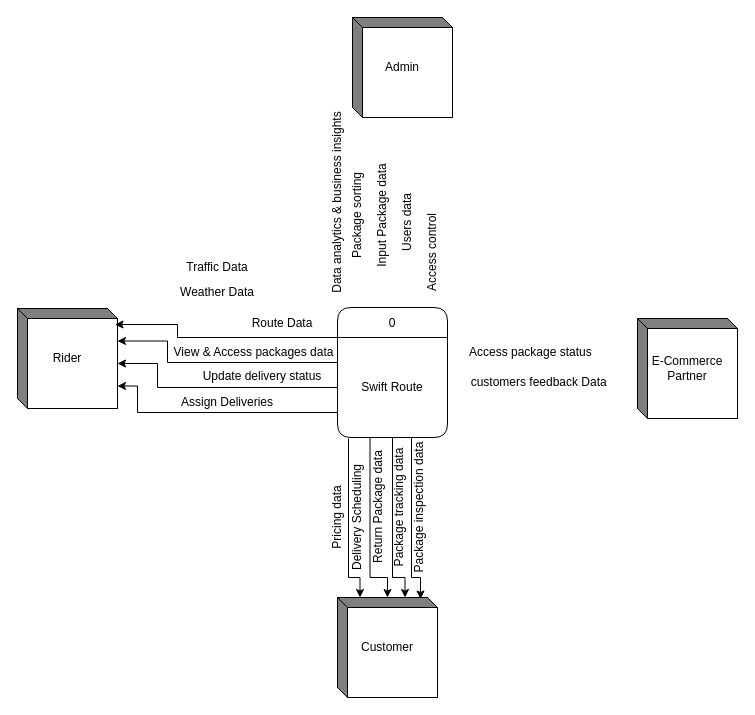
This is page "Page-17" (17 of 24) of Activity Diagram UC-1.drawio from IamSaqibJaved/Diagrams, a draw.io file, before an edit. Source tidied: cells renumbered, new cells numbered last; positions are measured from the earlier drawing's top-left corner, leaving out a move shared by most shapes. Both pictures are drawn from the tidied source at 100%, with x=0, y=0 at pixel (17, 17).
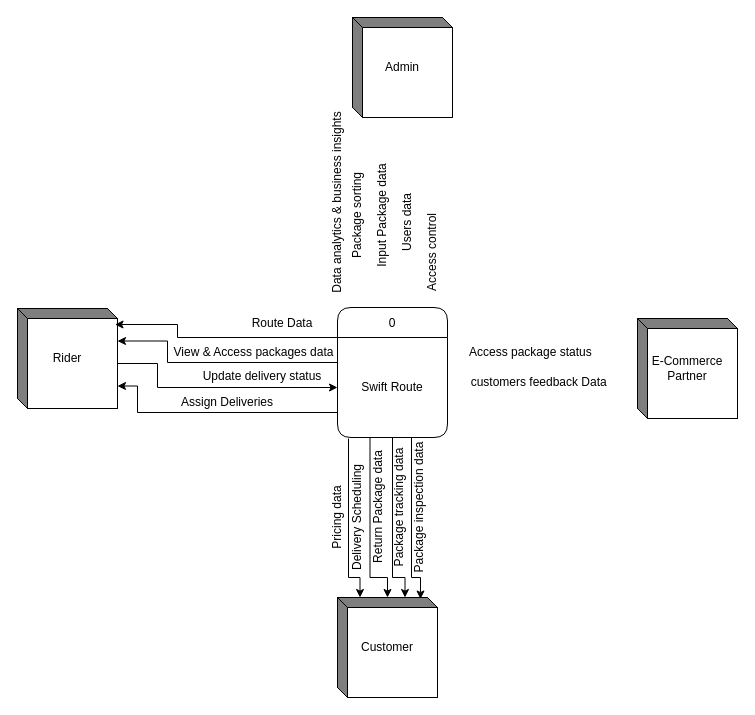
The same diagram, later.

Unchanged cells that the change refers to:
```xml
<mxCell id="3" value="Swift Route" style="text;html=1;align=center;verticalAlign=middle;whiteSpace=wrap;rounded=0;" parent="2" vertex="1">
  <mxGeometry y="30" width="110" height="100" as="geometry" />
</mxCell>
<mxCell id="5" value="Rider" style="html=1;dashed=0;whiteSpace=wrap;shape=mxgraph.dfd.externalEntity;" parent="1" vertex="1">
  <mxGeometry y="291" width="100" height="100" as="geometry" />
</mxCell>
```

The edit, as a diff of the source:
```diff
@@
-    <mxCell id="24" value="Traffic Data" style="text;html=1;align=center;verticalAlign=middle;whiteSpace=wrap;rounded=0;" parent="1" vertex="1">
-      <mxGeometry x="145" y="235" width="110" height="30" as="geometry" />
-    </mxCell>
-    <mxCell id="25" value="Weather Data" style="text;html=1;align=center;verticalAlign=middle;whiteSpace=wrap;rounded=0;" parent="1" vertex="1">
-      <mxGeometry x="145" y="260" width="110" height="30" as="geometry" />
-    </mxCell>
@@
-    <mxCell id="28" style="edgeStyle=orthogonalEdgeStyle;rounded=0;jettySize=auto;html=1;exitX=0;exitY=0.5;exitDx=0;exitDy=0;entryX=0;entryY=0;entryDx=100;entryDy=55;entryPerimeter=0;" parent="1" edge="1" source="3" target="5">
-      <mxGeometry relative="1" as="geometry">
-        <Array as="points">
-          <mxPoint x="140" y="370" />
-          <mxPoint x="140" y="346" />
-        </Array>
-      </mxGeometry>
-    </mxCell>
@@
+    <mxCell id="28" style="edgeStyle=orthogonalEdgeStyle;rounded=0;jettySize=auto;html=1;exitX=0;exitY=0;exitDx=100;exitDy=55;entryX=0;entryY=0.5;entryDx=0;entryDy=0;exitPerimeter=0;" parent="1" edge="1" source="5" target="3">
+      <mxGeometry relative="1" as="geometry">
+        <Array as="points">
+          <mxPoint x="140" y="346" />
+          <mxPoint x="140" y="370" />
+        </Array>
+      </mxGeometry>
+    </mxCell>
```
